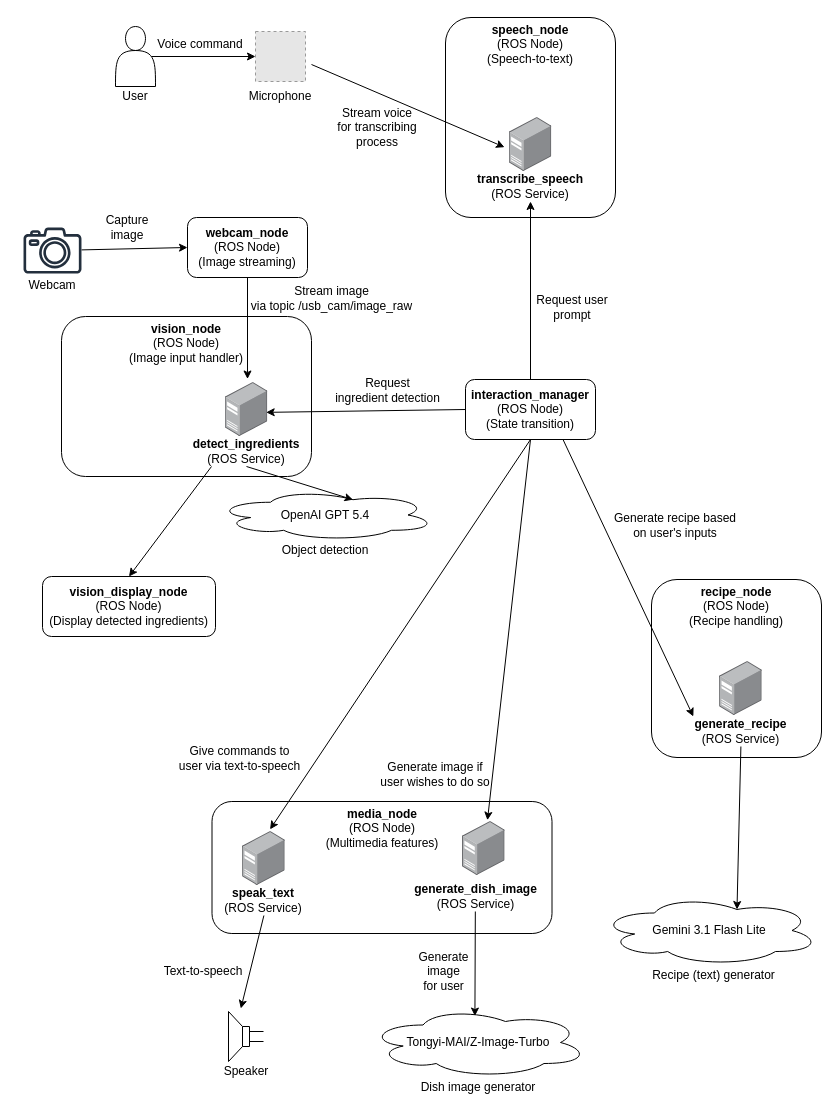
iamdejan/chef-robot-assistant keeps this draw.io diagram as SYSTEM-DIAGRAM.drawio. Above is the earlier version. Source tidied: cells renumbered, new cells numbered last; positions are measured from the earlier drawing's top-left corner, leaving out a move shared by most shapes. Both pictures are drawn from the tidied source at 100%, with x=0, y=0 at pixel (17, 17). Pictures stored in the file or linked from it are replaced by grey dashed boxes.
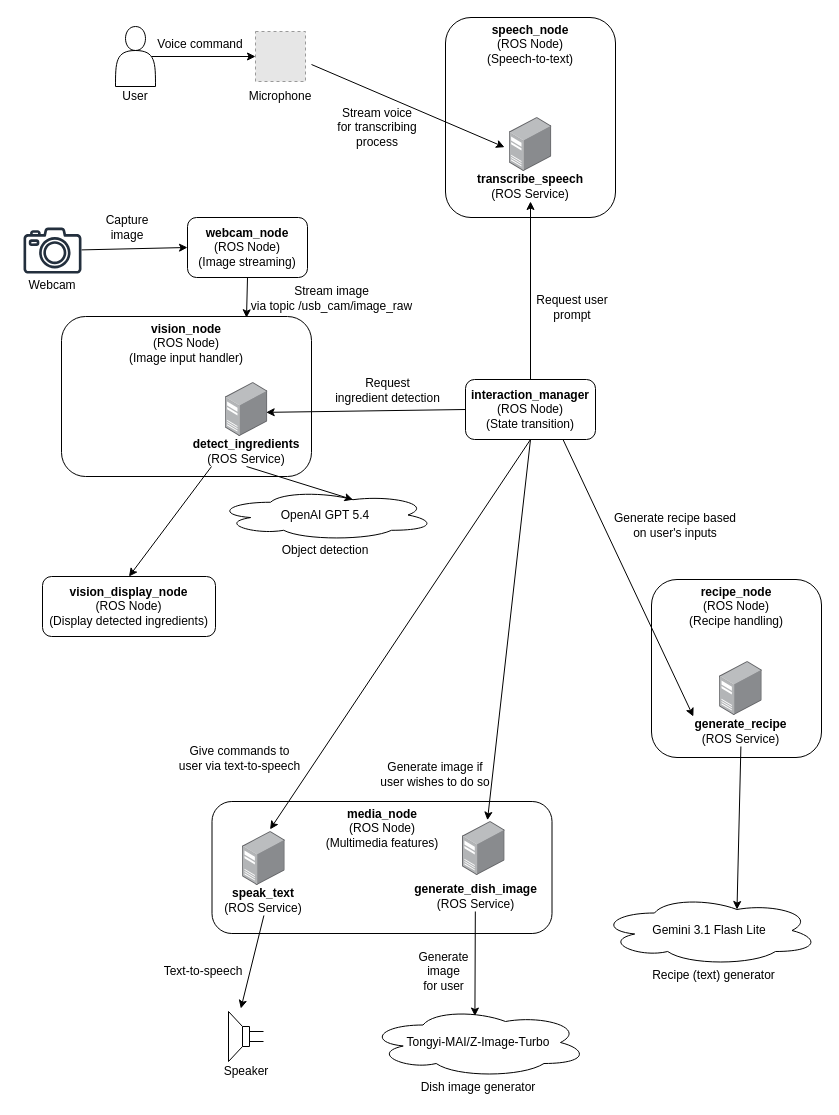
The same diagram, later.

Unchanged cells that the change refers to:
```xml
<mxCell id="54" value="&lt;b&gt;webcam_node&lt;/b&gt;&lt;div&gt;(ROS Node)&lt;br&gt;&lt;div&gt;(Image streaming)&lt;/div&gt;&lt;/div&gt;" style="rounded=1;whiteSpace=wrap;html=1;" parent="1" vertex="1">
  <mxGeometry x="170" y="200" width="120" height="60" as="geometry" />
</mxCell>
<mxCell id="61" value="&lt;b&gt;vision_node&lt;/b&gt;&lt;div&gt;(ROS Node)&lt;/div&gt;&lt;div&gt;(Image input handler)&lt;/div&gt;" style="rounded=1;whiteSpace=wrap;html=1;align=center;verticalAlign=top;spacing=1;fontFamily=Helvetica;fontSize=12;fontColor=default;fillColor=none;gradientColor=none;" parent="1" vertex="1">
  <mxGeometry x="44" y="299" width="250" height="160" as="geometry" />
</mxCell>
```

What changed in the source:
```diff
@@
-    <mxCell id="53" style="edgeStyle=none;html=1;exitX=0.5;exitY=1;exitDx=0;exitDy=0;" parent="1" edge="1" source="54">
-      <mxGeometry relative="1" as="geometry">
-        <mxPoint x="230" y="361.5" as="targetPoint" />
-      </mxGeometry>
+    <mxCell id="53" style="edgeStyle=none;html=1;exitX=0.5;exitY=1;exitDx=0;exitDy=0;entryX=0.74;entryY=0.008;entryDx=0;entryDy=0;entryPerimeter=0;" parent="1" edge="1" source="54" target="61">
+      <mxGeometry relative="1" as="geometry" />
     </mxCell>
@@
-    <mxCell id="56" value="Stream image&lt;div&gt;via topic&amp;nbsp;/usb_cam/image_raw&lt;/div&gt;" style="text;html=1;whiteSpace=wrap;strokeColor=none;fillColor=none;align=center;verticalAlign=middle;rounded=0;" parent="1" vertex="1">
+    <mxCell id="56" value="&lt;font style=&quot;color: rgb(0, 0, 0);&quot;&gt;Stream image&lt;/font&gt;&lt;div&gt;&lt;font style=&quot;color: rgb(0, 0, 0);&quot;&gt;via topic&amp;nbsp;/usb_cam/image_raw&lt;/font&gt;&lt;/div&gt;" style="text;html=1;whiteSpace=wrap;strokeColor=none;fillColor=none;align=center;verticalAlign=middle;rounded=0;" parent="1" vertex="1">
       <mxGeometry x="218.3" y="262" width="193" height="37" as="geometry" />
     </mxCell>
```
